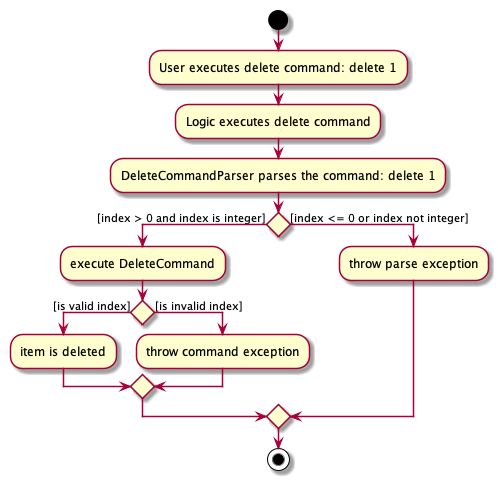
This is docs/images/implementation/activityDiagrams/DeleteCommandActivityDiagram.png from nus-cs2103-AY2021S1/tp, a PlantUML export, as it was before one commit. Its diagram source:
```plantuml
@startuml
start
:User executes delete command: delete 1;
:Logic executes delete command;
:DeleteCommandParser parses the command: delete 1;

if () then ([index > 0 and index is integer])
:execute DeleteCommand;

        if () then ([is valid index])
        :item is deleted;

        else ([is invalid index])
        :throw command exception;

        endif

else ([index <= 0 or index not integer])
    :throw parse exception;

endif
stop

@enduml
```
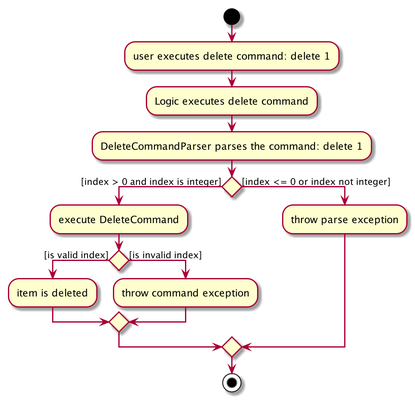
The same file after the commit.

Commit message:
Update diagram typo

Change to the diagram source:
```diff
@@ -1,6 +1,6 @@
 @startuml
 start
-:User executes delete command: delete 1;
+:user executes delete command: delete 1;
 :Logic executes delete command;
 :DeleteCommandParser parses the command: delete 1;
 
```
